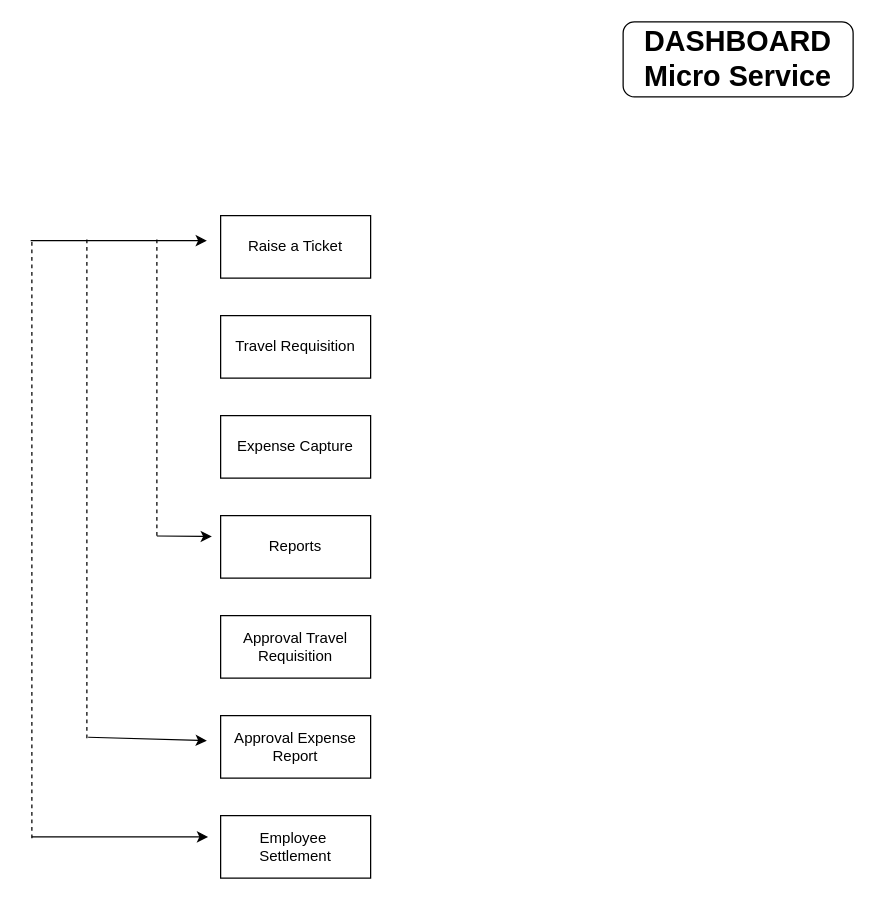
This is DASHBOARD.drawio from kanhaiyaverma2022/groceryonline, a draw.io file, before an edit. Source tidied: cells renumbered, new cells numbered last; positions are measured from the earlier drawing's top-left corner, leaving out a move shared by most shapes. Both pictures are drawn from the tidied source at 125%, with x=0, y=0 at pixel (30, 21).
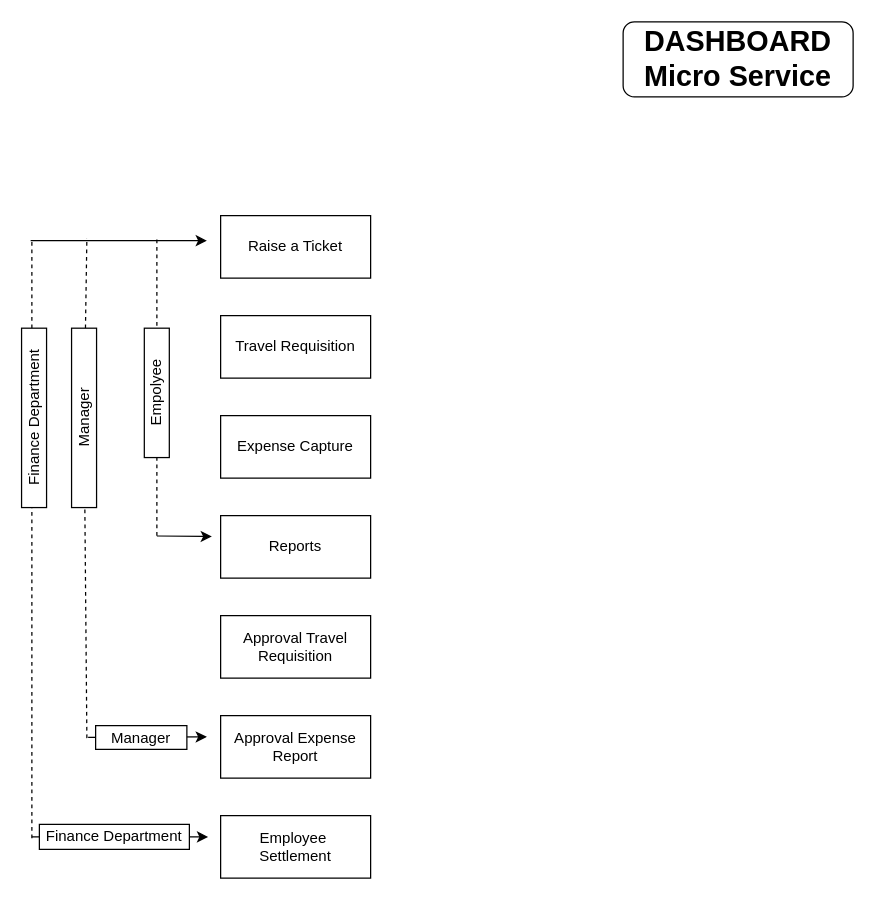
The same page after the edit.

What changed in the source:
```diff
@@
-    <mxCell id="13" style="endArrow=none;dashed=1;html=1;rounded=0;" parent="1" edge="1">
+    <mxCell id="13" style="endArrow=none;dashed=1;html=1;rounded=0;" parent="1" edge="1" source="20">
       <mxGeometry relative="1" as="geometry">
-        <mxPoint x="45" y="573" as="sourcePoint" />
         <mxPoint x="45" y="173" as="targetPoint" />
       </mxGeometry>
     </mxCell>
@@
     <mxCell id="15" style="endArrow=classic;html=1;rounded=0;" parent="1" edge="1">
       <mxGeometry relative="1" as="geometry">
         <mxPoint x="46" y="572.3" as="sourcePoint" />
-        <mxPoint x="141" y="575" as="targetPoint" />
+        <mxPoint x="141" y="572" as="targetPoint" />
       </mxGeometry>
     </mxCell>
@@
+    <mxCell id="18" value="Empolyee" style="rounded=0;whiteSpace=wrap;html=1;rotation=-90;" parent="1" vertex="1">
+      <mxGeometry x="49.2" y="286.8" width="103.5" height="20" as="geometry" />
+    </mxCell>
+    <mxCell id="19" style="endArrow=none;dashed=1;html=1;rounded=0;" parent="1" edge="1" target="20">
+      <mxGeometry relative="1" as="geometry">
+        <mxPoint x="45" y="573" as="sourcePoint" />
+      </mxGeometry>
+    </mxCell>
+    <mxCell id="20" value="Manager" style="rounded=0;whiteSpace=wrap;html=1;rotation=-90;" parent="1" vertex="1">
+      <mxGeometry x="-29" y="306.8" width="143.5" height="20" as="geometry" />
+    </mxCell>
+    <mxCell id="21" value="Finance Department" style="rounded=0;whiteSpace=wrap;html=1;rotation=-90;" parent="1" vertex="1">
+      <mxGeometry x="-69" y="306.8" width="143.5" height="20" as="geometry" />
+    </mxCell>
+    <mxCell id="22" value="Finance Department" style="rounded=0;whiteSpace=wrap;html=1;rotation=0;" parent="1" vertex="1">
+      <mxGeometry x="7" y="642" width="120" height="20" as="geometry" />
+    </mxCell>
+    <mxCell id="23" value="Manager" style="rounded=0;whiteSpace=wrap;html=1;rotation=0;" parent="1" vertex="1">
+      <mxGeometry x="52" y="563" width="73" height="19" as="geometry" />
+    </mxCell>
```
